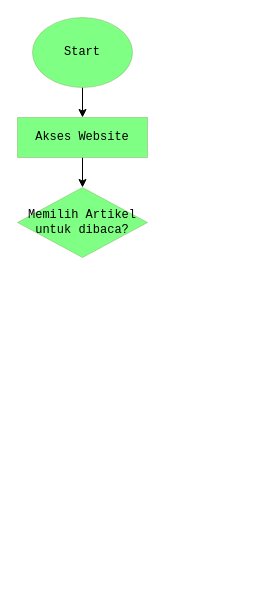
This is Flowchart 3 Role.drawio from EnjoyUrLife69/ARTICLE, a draw.io file, before an edit. Source tidied: cells renumbered, new cells numbered last; positions are measured from the earlier drawing's top-left corner, leaving out a move shared by most shapes. Both pictures are drawn from the tidied source at 100%, with x=0, y=0 at pixel (17, 17).
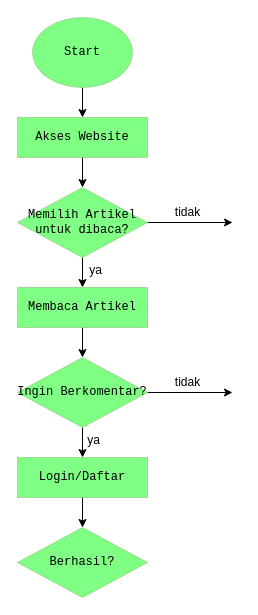
The same diagram, later.

Unchanged cells that the change refers to:
```xml
<mxCell id="6" value="&lt;pre&gt;Memilih Artikel&lt;br&gt;untuk dibaca?&lt;/pre&gt;" style="rhombus;whiteSpace=wrap;html=1;strokeWidth=1;opacity=50;strokeColor=#82b366;fillColor=#00FF09;" parent="1" vertex="1">
  <mxGeometry y="170" width="130" height="70" as="geometry" />
</mxCell>
```

The edit, as a diff of the source:
```diff
@@
+    <mxCell id="7" style="edgeStyle=orthogonalEdgeStyle;rounded=0;jettySize=auto;html=1;" parent="1" edge="1" source="6" target="10">
+      <mxGeometry relative="1" as="geometry" />
+    </mxCell>
+    <mxCell id="8" style="edgeStyle=orthogonalEdgeStyle;rounded=0;jettySize=auto;html=1;" parent="1" edge="1" source="6">
+      <mxGeometry relative="1" as="geometry">
+        <mxPoint x="215" y="205" as="targetPoint" />
+      </mxGeometry>
+    </mxCell>
@@
+    <mxCell id="9" style="edgeStyle=orthogonalEdgeStyle;rounded=0;jettySize=auto;html=1;entryX=0.5;entryY=0;entryDx=0;entryDy=0;" parent="1" edge="1" source="10" target="15">
+      <mxGeometry relative="1" as="geometry" />
+    </mxCell>
+    <mxCell id="10" value="&lt;pre&gt;Membaca Artikel&lt;/pre&gt;" style="whiteSpace=wrap;html=1;strokeWidth=1;opacity=50;strokeColor=#82b366;fillColor=#00FF09;" parent="1" vertex="1">
+      <mxGeometry y="270" width="130" height="40" as="geometry" />
+    </mxCell>
+    <mxCell id="11" value="ya" style="text;html=1;align=center;verticalAlign=middle;strokeColor=none;fillColor=none;" parent="1" vertex="1">
+      <mxGeometry x="58" y="238" width="40" height="30" as="geometry" />
+    </mxCell>
+    <mxCell id="12" value="t&lt;span style=&quot;background-color: transparent; color: light-dark(rgb(0, 0, 0), rgb(255, 255, 255));&quot;&gt;idak&lt;/span&gt;" style="text;html=1;align=center;verticalAlign=middle;strokeColor=none;fillColor=none;" parent="1" vertex="1">
+      <mxGeometry x="145" y="180" width="50" height="30" as="geometry" />
+    </mxCell>
+    <mxCell id="13" style="edgeStyle=orthogonalEdgeStyle;rounded=0;jettySize=auto;html=1;" parent="1" edge="1" source="15">
+      <mxGeometry relative="1" as="geometry">
+        <mxPoint x="215" y="375" as="targetPoint" />
+      </mxGeometry>
+    </mxCell>
+    <mxCell id="14" style="edgeStyle=orthogonalEdgeStyle;rounded=0;jettySize=auto;html=1;" parent="1" edge="1" source="15" target="19">
+      <mxGeometry relative="1" as="geometry" />
+    </mxCell>
+    <mxCell id="15" value="&lt;pre&gt;Ingin Berkomentar?&lt;br&gt;&lt;/pre&gt;" style="rhombus;whiteSpace=wrap;html=1;strokeWidth=1;opacity=50;strokeColor=#82b366;fillColor=#00FF09;" parent="1" vertex="1">
+      <mxGeometry y="340" width="130" height="70" as="geometry" />
+    </mxCell>
+    <mxCell id="16" value="t&lt;span style=&quot;background-color: transparent; color: light-dark(rgb(0, 0, 0), rgb(255, 255, 255));&quot;&gt;idak&lt;/span&gt;" style="text;html=1;align=center;verticalAlign=middle;strokeColor=none;fillColor=none;" parent="1" vertex="1">
+      <mxGeometry x="145" y="350" width="50" height="30" as="geometry" />
+    </mxCell>
+    <mxCell id="17" value="ya" style="text;html=1;align=center;verticalAlign=middle;strokeColor=none;fillColor=none;" parent="1" vertex="1">
+      <mxGeometry x="56" y="408" width="40" height="30" as="geometry" />
+    </mxCell>
+    <mxCell id="18" style="edgeStyle=orthogonalEdgeStyle;rounded=0;jettySize=auto;html=1;" parent="1" edge="1" source="19" target="20">
+      <mxGeometry relative="1" as="geometry" />
+    </mxCell>
+    <mxCell id="19" value="&lt;pre&gt;Login/Daftar&lt;/pre&gt;" style="whiteSpace=wrap;html=1;strokeWidth=1;opacity=50;strokeColor=#82b366;fillColor=#00FF09;" parent="1" vertex="1">
+      <mxGeometry y="440" width="130" height="40" as="geometry" />
+    </mxCell>
+    <mxCell id="20" value="&lt;pre&gt;Berhasil?&lt;br&gt;&lt;/pre&gt;" style="rhombus;whiteSpace=wrap;html=1;strokeWidth=1;opacity=50;strokeColor=#82b366;fillColor=#00FF09;" parent="1" vertex="1">
+      <mxGeometry y="510" width="130" height="70" as="geometry" />
+    </mxCell>
```
